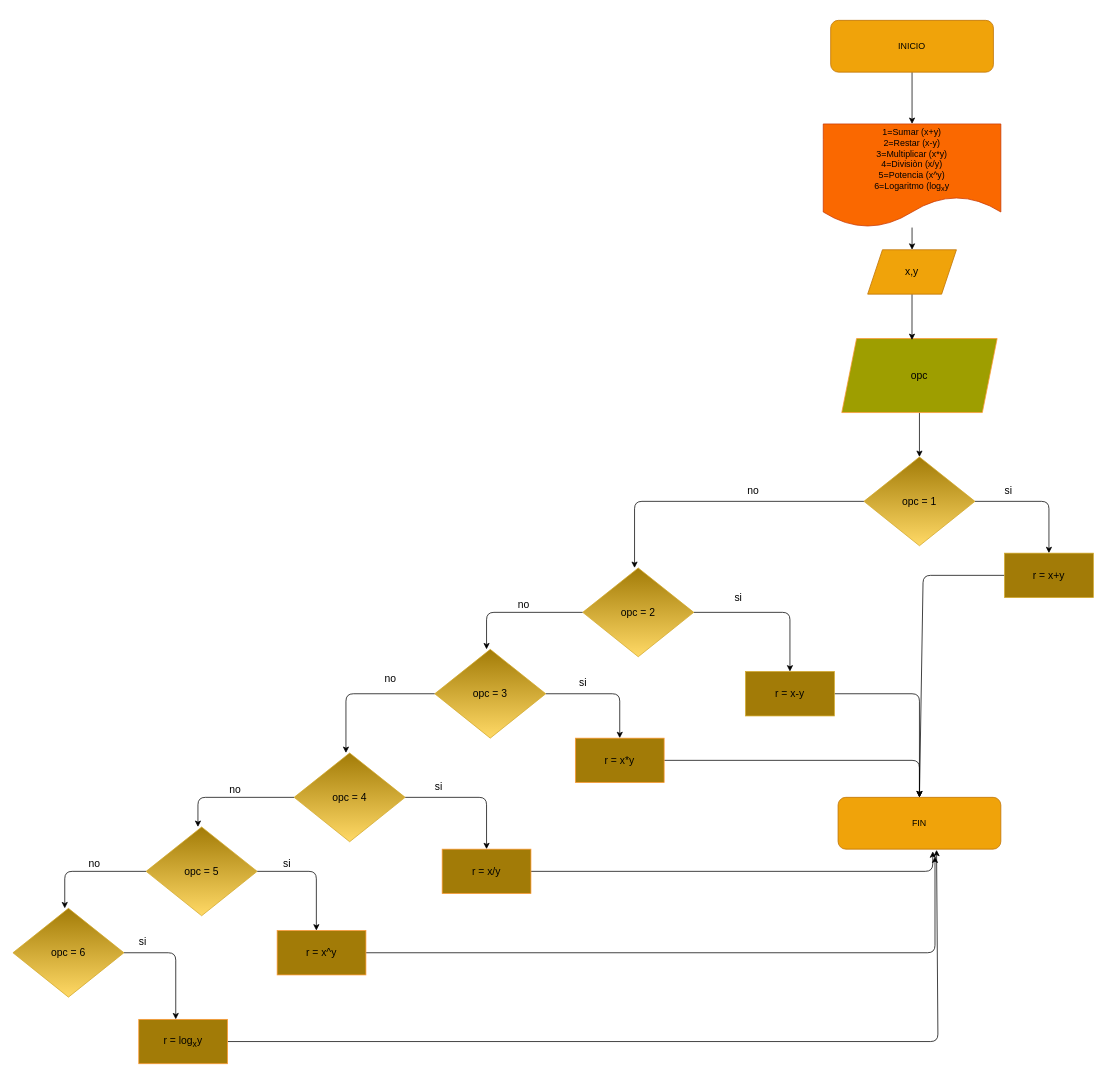
AlfonzoDebian/Mini_Calculadora_Guanentina keeps this draw.io diagram as diagrama.drawio. Above is the earlier version. Source tidied: cells renumbered, new cells numbered last; positions are measured from the earlier drawing's top-left corner, leaving out a move shared by most shapes. Both pictures are drawn from the tidied source at 74%, with x=0, y=0 at pixel (13, 20).
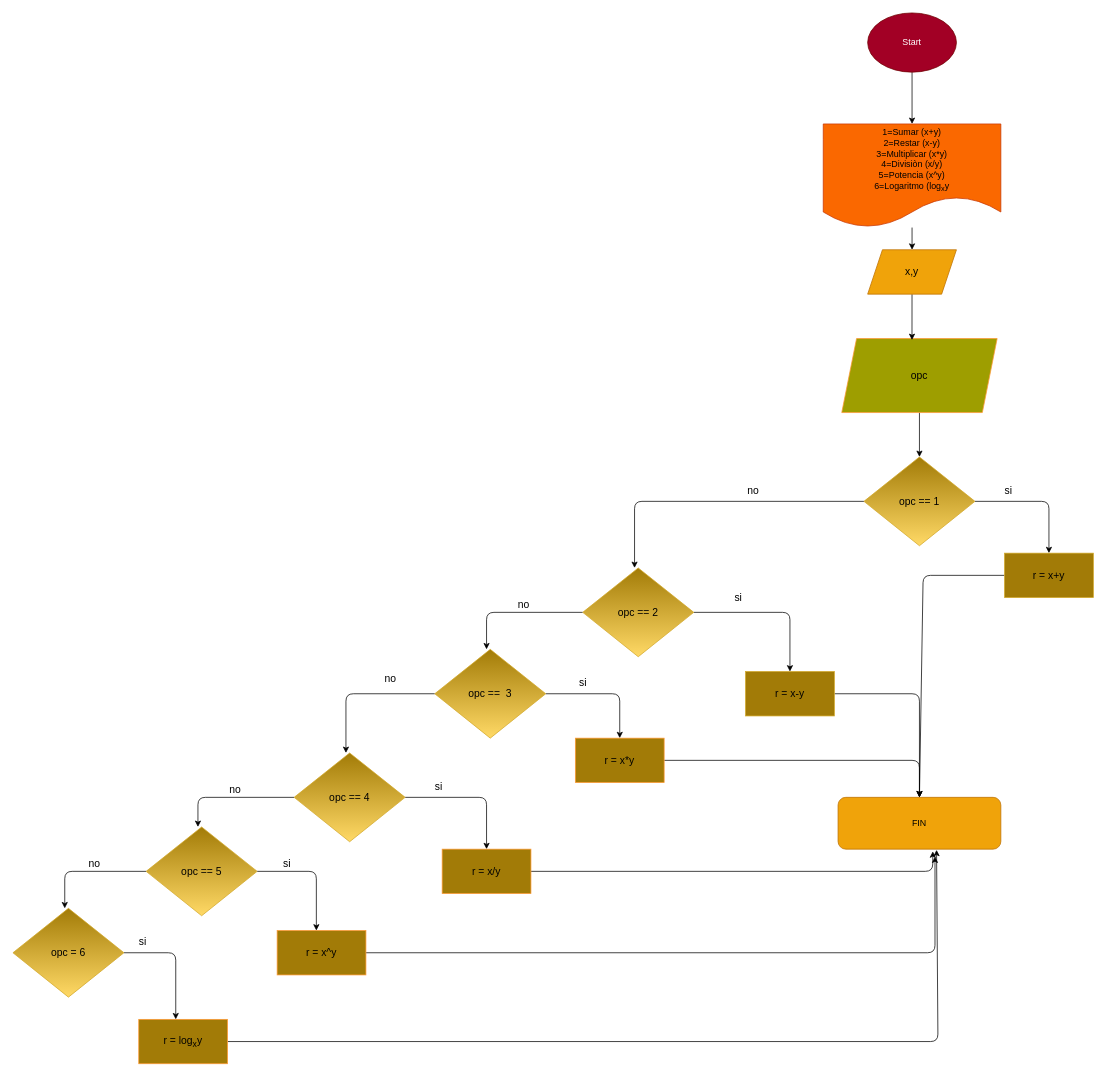
The same page after the edit.

The change refers to these unchanged cells:
```xml
<mxCell id="5" value="1=Sumar (x+y)&lt;br&gt;2=Restar (x-y)&lt;br&gt;3=Multiplicar (x*y)&lt;br&gt;4=Divisiòn (x/y)&lt;br&gt;5=Potencia (x^y)&lt;br&gt;&lt;div style=&quot;text-align: justify;&quot;&gt;&lt;span style=&quot;background-color: initial;&quot;&gt;6=Logaritmo (log&lt;/span&gt;&lt;sub style=&quot;background-color: initial;&quot;&gt;x&lt;/sub&gt;&lt;span style=&quot;background-color: initial;&quot;&gt;y&lt;/span&gt;&lt;/div&gt;" style="shape=document;whiteSpace=wrap;html=1;boundedLbl=1;fillColor=#fa6800;fontColor=#000000;strokeColor=#C73500;" parent="1" vertex="1">
  <mxGeometry x="1095" y="140" width="240" height="140" as="geometry" />
</mxCell>
```

Change to the diagram source:
```diff
@@
-    <mxCell id="2" style="edgeStyle=none;html=1;fontSize=14;startArrow=none;startFill=0;" parent="1" edge="1" source="3" target="5">
-      <mxGeometry relative="1" as="geometry" />
+    <mxCell id="2" style="edgeStyle=none;html=1;fontSize=14;startArrow=none;startFill=0;" parent="1" edge="1" target="5">
+      <mxGeometry relative="1" as="geometry">
+        <mxPoint x="1215" y="70" as="sourcePoint" />
+      </mxGeometry>
     </mxCell>
-    <mxCell id="3" value="INICIO" style="rounded=1;whiteSpace=wrap;html=1;fillColor=#f0a30a;fontColor=#000000;strokeColor=#BD7000;" parent="1" vertex="1">
-      <mxGeometry x="1105" width="220" height="70" as="geometry" />
-    </mxCell>
@@
-    <mxCell id="10" value="opc = 1" style="rhombus;whiteSpace=wrap;html=1;fontSize=14;fillColor=#a27b07;gradientColor=#ffd966;strokeColor=#d2a728;" parent="1" vertex="1">
+    <mxCell id="10" value="opc == 1" style="rhombus;whiteSpace=wrap;html=1;fontSize=14;fillColor=#a27b07;gradientColor=#ffd966;strokeColor=#d2a728;" parent="1" vertex="1">
       <mxGeometry x="1150" y="590" width="150" height="120" as="geometry" />
     </mxCell>
@@
-    <mxCell id="18" value="opc = 2" style="rhombus;whiteSpace=wrap;html=1;fontSize=14;fillColor=#a27b07;gradientColor=#ffd966;strokeColor=#d2a728;" parent="1" vertex="1">
+    <mxCell id="18" value="opc == 2" style="rhombus;whiteSpace=wrap;html=1;fontSize=14;fillColor=#a27b07;gradientColor=#ffd966;strokeColor=#d2a728;" parent="1" vertex="1">
       <mxGeometry x="770" y="740" width="150" height="120" as="geometry" />
     </mxCell>
@@
-    <mxCell id="25" value="opc = 3" style="rhombus;whiteSpace=wrap;html=1;fontSize=14;fillColor=#a27b07;gradientColor=#ffd966;strokeColor=#d2a728;" parent="1" vertex="1">
+    <mxCell id="25" value="opc ==&amp;nbsp; 3" style="rhombus;whiteSpace=wrap;html=1;fontSize=14;fillColor=#a27b07;gradientColor=#ffd966;strokeColor=#d2a728;" parent="1" vertex="1">
       <mxGeometry x="570" y="850" width="150" height="120" as="geometry" />
     </mxCell>
@@
-    <mxCell id="32" value="opc = 4" style="rhombus;whiteSpace=wrap;html=1;fontSize=14;fillColor=#a27b07;gradientColor=#ffd966;strokeColor=#d2a728;" parent="1" vertex="1">
+    <mxCell id="32" value="opc == 4" style="rhombus;whiteSpace=wrap;html=1;fontSize=14;fillColor=#a27b07;gradientColor=#ffd966;strokeColor=#d2a728;" parent="1" vertex="1">
       <mxGeometry x="380" y="990" width="150" height="120" as="geometry" />
     </mxCell>
@@
-    <mxCell id="41" value="opc = 5" style="rhombus;whiteSpace=wrap;html=1;fontSize=14;fillColor=#a27b07;gradientColor=#ffd966;strokeColor=#d2a728;" parent="1" vertex="1">
+    <mxCell id="41" value="opc == 5" style="rhombus;whiteSpace=wrap;html=1;fontSize=14;fillColor=#a27b07;gradientColor=#ffd966;strokeColor=#d2a728;" parent="1" vertex="1">
       <mxGeometry x="180" y="1090" width="150" height="120" as="geometry" />
     </mxCell>
@@
+    <mxCell id="51" value="Start" style="ellipse;whiteSpace=wrap;html=1;fillColor=#a20025;fontColor=#ffffff;strokeColor=#6F0000;" parent="1" vertex="1">
+      <mxGeometry x="1155" y="-10" width="120" height="80" as="geometry" />
+    </mxCell>
```
